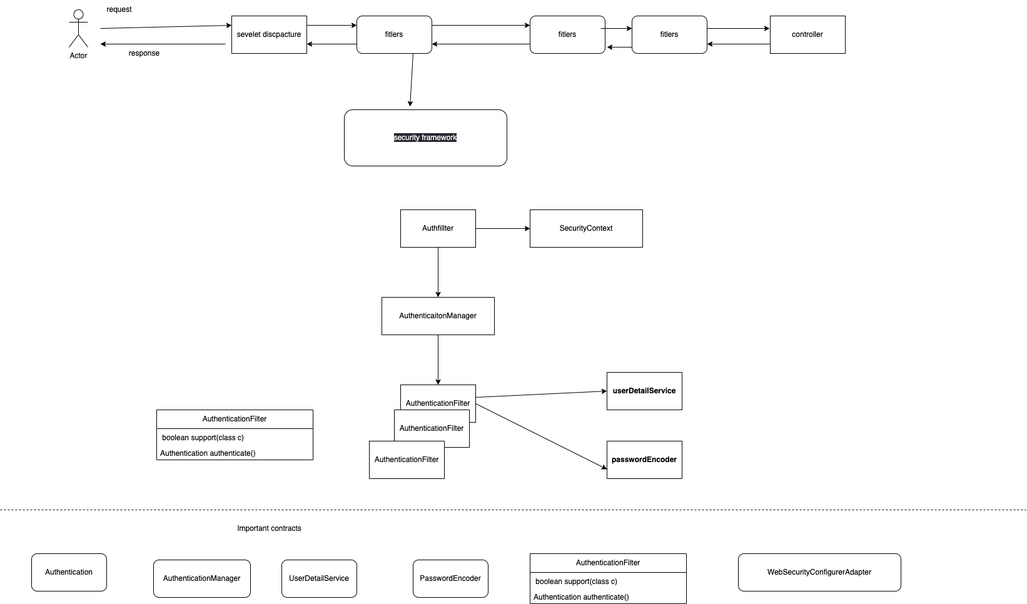
Before: sp_archetecture.png, a diagram exported from draw.io (priyanhsu10/MultiAuthprovider). Source tidied: cells renumbered, new cells last; positions are measured from the earlier drawing's top-left corner, leaving out a move shared by most shapes.
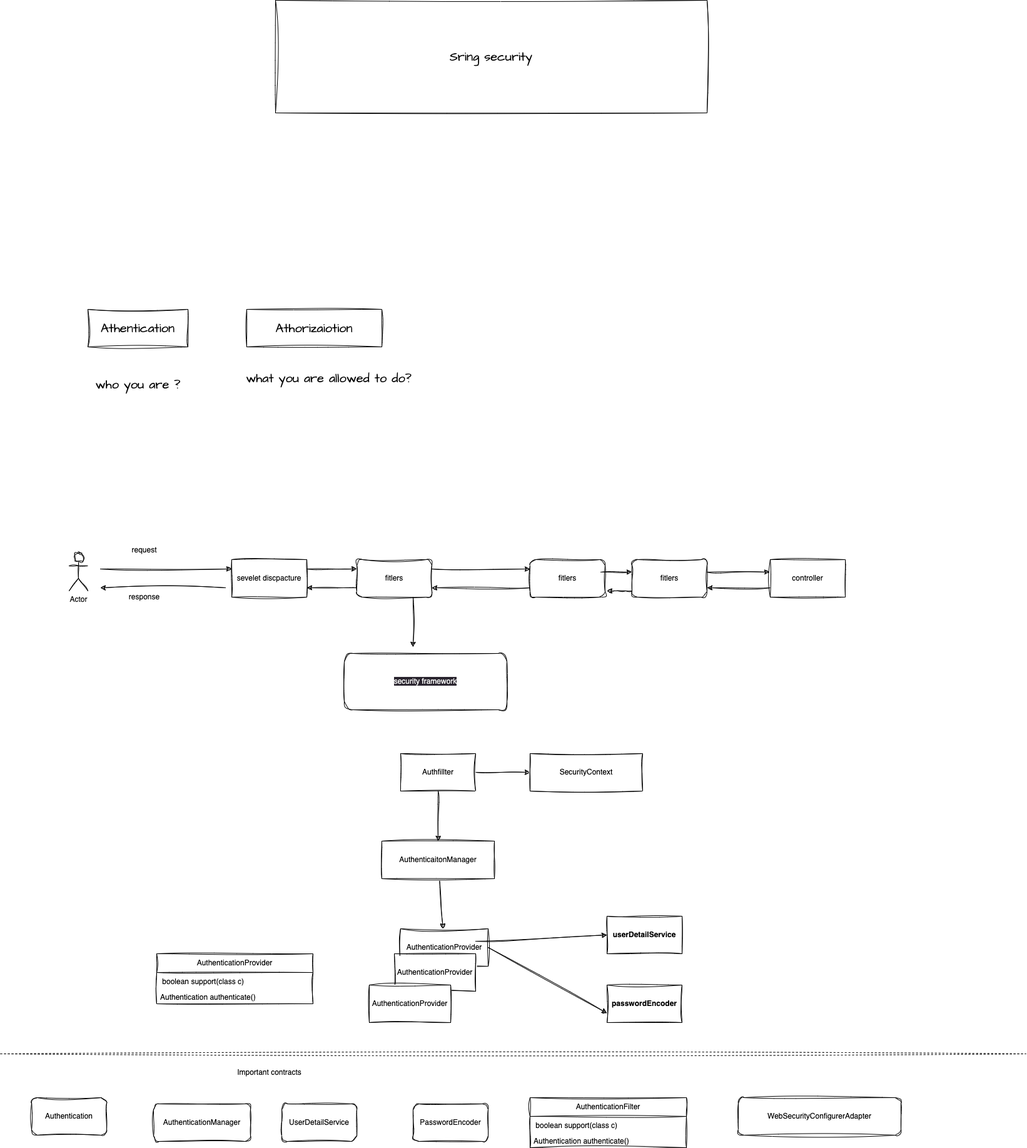
Above is the later version.

Change to the diagram source:
```diff
@@ -1,2 +1,2 @@
-<mxGraphModel>
+<mxGraphModel shadow="1">
   <root>
@@ -4,29 +4,31 @@
     <mxCell id="1" parent="0" />
-    <mxCell id="2" value="Actor" style="shape=umlActor;verticalLabelPosition=bottom;verticalAlign=top;html=1;" parent="1" vertex="1">
+    <mxCell id="2" value="Actor" style="shape=umlActor;verticalLabelPosition=bottom;verticalAlign=top;html=1;sketch=1;curveFitting=1;jiggle=2;" parent="1" vertex="1">
       <mxGeometry x="110" y="15" width="30" height="60" as="geometry" />
     </mxCell>
-    <mxCell id="3" style="endArrow=classic;html=1;entryX=0;entryY=0.25;entryDx=0;entryDy=0;" parent="1" edge="1" target="5">
+    <mxCell id="3" style="endArrow=classic;html=1;entryX=0;entryY=0.25;entryDx=0;entryDy=0;sketch=1;curveFitting=1;jiggle=2;" parent="1" edge="1" target="5">
       <mxGeometry relative="1" as="geometry">
-        <mxPoint x="160" y="45" as="sourcePoint" />
+        <mxPoint x="160" y="40" as="sourcePoint" />
       </mxGeometry>
     </mxCell>
-    <mxCell id="4" value="request" style="text;html=1;align=center;verticalAlign=middle;strokeColor=none;fillColor=none;" parent="1" vertex="1">
-      <mxGeometry x="160" width="60" height="30" as="geometry" />
+    <mxCell id="4" value="request" style="text;html=1;align=center;verticalAlign=middle;strokeColor=none;fillColor=none;sketch=1;curveFitting=1;jiggle=2;" parent="1" vertex="1">
+      <mxGeometry x="200" y="-5" width="60" height="30" as="geometry" />
     </mxCell>
-    <mxCell id="5" value="sevelet discpacture" style="rounded=0;whiteSpace=wrap;html=1;" parent="1" vertex="1">
+    <mxCell id="5" value="sevelet discpacture" style="rounded=0;whiteSpace=wrap;html=1;sketch=1;curveFitting=1;jiggle=2;" parent="1" vertex="1">
       <mxGeometry x="370" y="25" width="120" height="60" as="geometry" />
     </mxCell>
-    <mxCell id="6" style="edgeStyle=none;html=1;exitX=0.75;exitY=1;exitDx=0;exitDy=0;entryX=0.404;entryY=-0.056;entryDx=0;entryDy=0;entryPerimeter=0;" parent="1" edge="1" source="7" target="21">
-      <mxGeometry relative="1" as="geometry" />
+    <mxCell id="6" style="edgeStyle=none;html=1;exitX=0.75;exitY=1;exitDx=0;exitDy=0;sketch=1;curveFitting=1;jiggle=2;" parent="1" edge="1" source="7">
+      <mxGeometry relative="1" as="geometry">
+        <mxPoint x="660" y="165" as="targetPoint" />
+      </mxGeometry>
     </mxCell>
-    <mxCell id="7" value="fitlers" style="rounded=1;whiteSpace=wrap;html=1;" parent="1" vertex="1">
+    <mxCell id="7" value="fitlers" style="rounded=1;whiteSpace=wrap;html=1;sketch=1;curveFitting=1;jiggle=2;" parent="1" vertex="1">
       <mxGeometry x="570" y="25" width="120" height="60" as="geometry" />
     </mxCell>
-    <mxCell id="8" style="endArrow=classic;html=1;entryX=0;entryY=0.25;entryDx=0;entryDy=0;exitX=1;exitY=0.25;exitDx=0;exitDy=0;" parent="1" edge="1" source="5" target="7">
+    <mxCell id="8" style="endArrow=classic;html=1;entryX=0;entryY=0.25;entryDx=0;entryDy=0;exitX=1;exitY=0.25;exitDx=0;exitDy=0;sketch=1;curveFitting=1;jiggle=2;" parent="1" edge="1" source="5" target="7">
       <mxGeometry relative="1" as="geometry" />
     </mxCell>
-    <mxCell id="9" value="fitlers" style="rounded=1;whiteSpace=wrap;html=1;" parent="1" vertex="1">
+    <mxCell id="9" value="fitlers" style="rounded=1;whiteSpace=wrap;html=1;sketch=1;curveFitting=1;jiggle=2;" parent="1" vertex="1">
       <mxGeometry x="847" y="25" width="120" height="60" as="geometry" />
     </mxCell>
-    <mxCell id="10" style="edgeStyle=none;html=1;" parent="1" edge="1">
+    <mxCell id="10" style="edgeStyle=none;html=1;sketch=1;curveFitting=1;jiggle=2;" parent="1" edge="1">
       <mxGeometry relative="1" as="geometry">
@@ -39,9 +41,9 @@
     </mxCell>
-    <mxCell id="11" value="fitlers" style="rounded=1;whiteSpace=wrap;html=1;" parent="1" vertex="1">
+    <mxCell id="11" value="fitlers" style="rounded=1;whiteSpace=wrap;html=1;sketch=1;curveFitting=1;jiggle=2;" parent="1" vertex="1">
       <mxGeometry x="1010" y="25" width="120" height="60" as="geometry" />
     </mxCell>
-    <mxCell id="12" style="endArrow=classic;html=1;entryX=0;entryY=0.25;entryDx=0;entryDy=0;exitX=1;exitY=0.25;exitDx=0;exitDy=0;" parent="1" edge="1" source="7" target="9">
+    <mxCell id="12" style="endArrow=classic;html=1;entryX=0;entryY=0.25;entryDx=0;entryDy=0;exitX=1;exitY=0.25;exitDx=0;exitDy=0;sketch=1;curveFitting=1;jiggle=2;" parent="1" edge="1" source="7" target="9">
       <mxGeometry relative="1" as="geometry" />
     </mxCell>
-    <mxCell id="13" style="endArrow=classic;html=1;" parent="1" edge="1">
+    <mxCell id="13" style="endArrow=classic;html=1;sketch=1;curveFitting=1;jiggle=2;" parent="1" edge="1">
       <mxGeometry relative="1" as="geometry">
@@ -51,6 +53,6 @@
     </mxCell>
-    <mxCell id="14" value="controller" style="rounded=0;whiteSpace=wrap;html=1;" parent="1" vertex="1">
+    <mxCell id="14" value="controller" style="rounded=0;whiteSpace=wrap;html=1;sketch=1;curveFitting=1;jiggle=2;" parent="1" vertex="1">
       <mxGeometry x="1231" y="25" width="120" height="60" as="geometry" />
     </mxCell>
-    <mxCell id="15" style="endArrow=classic;html=1;" parent="1" edge="1">
+    <mxCell id="15" style="endArrow=classic;html=1;sketch=1;curveFitting=1;jiggle=2;" parent="1" edge="1">
       <mxGeometry relative="1" as="geometry">
@@ -60,15 +62,15 @@
     </mxCell>
-    <mxCell id="16" style="endArrow=classic;html=1;entryX=1;entryY=0.75;entryDx=0;entryDy=0;exitX=0;exitY=0.75;exitDx=0;exitDy=0;" parent="1" edge="1" source="14" target="11">
+    <mxCell id="16" style="endArrow=classic;html=1;entryX=1;entryY=0.75;entryDx=0;entryDy=0;exitX=0;exitY=0.75;exitDx=0;exitDy=0;sketch=1;curveFitting=1;jiggle=2;" parent="1" edge="1" source="14" target="11">
       <mxGeometry relative="1" as="geometry" />
     </mxCell>
-    <mxCell id="17" style="endArrow=classic;html=1;exitX=0;exitY=0.75;exitDx=0;exitDy=0;entryX=1;entryY=0.75;entryDx=0;entryDy=0;entryPerimeter=0;" parent="1" edge="1" source="9" target="7">
+    <mxCell id="17" style="endArrow=classic;html=1;exitX=0;exitY=0.75;exitDx=0;exitDy=0;entryX=1;entryY=0.75;entryDx=0;entryDy=0;entryPerimeter=0;sketch=1;curveFitting=1;jiggle=2;" parent="1" edge="1" source="9" target="7">
       <mxGeometry relative="1" as="geometry" />
     </mxCell>
-    <mxCell id="18" style="endArrow=classic;html=1;exitX=0;exitY=0.75;exitDx=0;exitDy=0;entryX=1;entryY=0.75;entryDx=0;entryDy=0;" parent="1" edge="1" source="7" target="5">
+    <mxCell id="18" style="endArrow=classic;html=1;exitX=0;exitY=0.75;exitDx=0;exitDy=0;entryX=1;entryY=0.75;entryDx=0;entryDy=0;sketch=1;curveFitting=1;jiggle=2;" parent="1" edge="1" source="7" target="5">
       <mxGeometry relative="1" as="geometry" />
     </mxCell>
-    <mxCell id="19" value="response" style="text;html=1;align=center;verticalAlign=middle;strokeColor=none;fillColor=none;" parent="1" vertex="1">
+    <mxCell id="19" value="response" style="text;html=1;align=center;verticalAlign=middle;strokeColor=none;fillColor=none;sketch=1;curveFitting=1;jiggle=2;" parent="1" vertex="1">
       <mxGeometry x="195" y="70" width="70" height="30" as="geometry" />
     </mxCell>
-    <mxCell id="20" style="endArrow=classic;html=1;entryX=1;entryY=0.75;entryDx=0;entryDy=0;" parent="1" edge="1">
+    <mxCell id="20" style="endArrow=classic;html=1;entryX=1;entryY=0.75;entryDx=0;entryDy=0;sketch=1;curveFitting=1;jiggle=2;" parent="1" edge="1">
       <mxGeometry relative="1" as="geometry">
@@ -78,36 +80,36 @@
     </mxCell>
-    <mxCell id="21" value="&lt;span style=&quot;color: rgb(240, 240, 240); font-family: Helvetica; font-size: 12px; font-style: normal; font-variant-ligatures: normal; font-variant-caps: normal; font-weight: 400; letter-spacing: normal; orphans: 2; text-align: center; text-indent: 0px; text-transform: none; widows: 2; word-spacing: 0px; -webkit-text-stroke-width: 0px; background-color: rgb(42, 37, 47); text-decoration-thickness: initial; text-decoration-style: initial; text-decoration-color: initial; float: none; display: inline !important;&quot;&gt;security framework&lt;/span&gt;" style="whiteSpace=wrap;html=1;rounded=1;" parent="1" vertex="1">
+    <mxCell id="21" value="&lt;span style=&quot;color: rgb(240, 240, 240); font-family: Helvetica; font-size: 12px; font-style: normal; font-variant-ligatures: normal; font-variant-caps: normal; font-weight: 400; letter-spacing: normal; orphans: 2; text-align: center; text-indent: 0px; text-transform: none; widows: 2; word-spacing: 0px; -webkit-text-stroke-width: 0px; background-color: rgb(42, 37, 47); text-decoration-thickness: initial; text-decoration-style: initial; text-decoration-color: initial; float: none; display: inline !important;&quot;&gt;security framework&lt;/span&gt;" style="whiteSpace=wrap;html=1;rounded=1;sketch=1;curveFitting=1;jiggle=2;" parent="1" vertex="1">
       <mxGeometry x="550" y="175" width="260" height="90" as="geometry" />
     </mxCell>
-    <mxCell id="22" style="edgeStyle=none;html=1;" parent="1" edge="1" source="24" target="26">
+    <mxCell id="22" style="edgeStyle=none;html=1;sketch=1;curveFitting=1;jiggle=2;" parent="1" edge="1" source="24" target="26">
       <mxGeometry relative="1" as="geometry" />
     </mxCell>
-    <mxCell id="23" style="edgeStyle=none;html=1;entryX=0;entryY=0.5;entryDx=0;entryDy=0;" parent="1" edge="1" source="24" target="34">
+    <mxCell id="23" style="edgeStyle=none;html=1;entryX=0;entryY=0.5;entryDx=0;entryDy=0;sketch=1;curveFitting=1;jiggle=2;" parent="1" edge="1" source="24" target="34">
       <mxGeometry relative="1" as="geometry" />
     </mxCell>
-    <mxCell id="24" value="Authfillter" style="rounded=0;whiteSpace=wrap;html=1;" parent="1" vertex="1">
+    <mxCell id="24" value="Authfillter" style="rounded=0;whiteSpace=wrap;html=1;sketch=1;curveFitting=1;jiggle=2;" parent="1" vertex="1">
       <mxGeometry x="640" y="335" width="120" height="60" as="geometry" />
     </mxCell>
-    <mxCell id="25" style="edgeStyle=none;html=1;" parent="1" edge="1" source="26" target="27">
+    <mxCell id="25" style="edgeStyle=none;html=1;sketch=1;curveFitting=1;jiggle=2;" parent="1" edge="1" source="26" target="27">
       <mxGeometry relative="1" as="geometry" />
     </mxCell>
-    <mxCell id="26" value="AuthenticaitonManager" style="whiteSpace=wrap;html=1;rounded=0;" parent="1" vertex="1">
+    <mxCell id="26" value="AuthenticaitonManager" style="whiteSpace=wrap;html=1;rounded=0;sketch=1;curveFitting=1;jiggle=2;" parent="1" vertex="1">
       <mxGeometry x="610" y="475" width="180" height="60" as="geometry" />
     </mxCell>
-    <mxCell id="27" value="AuthenticationFilter" style="whiteSpace=wrap;html=1;rounded=0;" parent="1" vertex="1">
-      <mxGeometry x="640" y="615" width="120" height="60" as="geometry" />
+    <mxCell id="27" value="AuthenticationProvider" style="whiteSpace=wrap;html=1;rounded=0;sketch=1;curveFitting=1;jiggle=2;" parent="1" vertex="1">
+      <mxGeometry x="640" y="615" width="140" height="60" as="geometry" />
     </mxCell>
-    <mxCell id="28" value="&lt;span style=&quot;font-weight: 400;&quot;&gt;AuthenticationFilter&lt;/span&gt;" style="whiteSpace=wrap;html=1;rounded=0;fontStyle=1;" parent="1" vertex="1">
-      <mxGeometry x="630" y="655" width="120" height="60" as="geometry" />
+    <mxCell id="28" value="&lt;span style=&quot;font-weight: 400;&quot;&gt;AuthenticationProvider&lt;/span&gt;" style="whiteSpace=wrap;html=1;rounded=0;fontStyle=1;sketch=1;curveFitting=1;jiggle=2;" parent="1" vertex="1">
+      <mxGeometry x="630" y="655" width="130" height="60" as="geometry" />
     </mxCell>
-    <mxCell id="29" value="&lt;span style=&quot;font-weight: 400;&quot;&gt;AuthenticationFilter&lt;/span&gt;" style="whiteSpace=wrap;html=1;rounded=0;fontStyle=1;" parent="1" vertex="1">
-      <mxGeometry x="590" y="705" width="120" height="60" as="geometry" />
+    <mxCell id="29" value="&lt;span style=&quot;font-weight: 400;&quot;&gt;AuthenticationProvider&lt;/span&gt;" style="whiteSpace=wrap;html=1;rounded=0;fontStyle=1;sketch=1;curveFitting=1;jiggle=2;" parent="1" vertex="1">
+      <mxGeometry x="590" y="705" width="130" height="60" as="geometry" />
     </mxCell>
-    <mxCell id="30" value="userDetailService" style="whiteSpace=wrap;html=1;rounded=0;fontStyle=1;" parent="1" vertex="1">
+    <mxCell id="30" value="userDetailService" style="whiteSpace=wrap;html=1;rounded=0;fontStyle=1;sketch=1;curveFitting=1;jiggle=2;" parent="1" vertex="1">
       <mxGeometry x="970" y="595" width="120" height="60" as="geometry" />
     </mxCell>
-    <mxCell id="31" value="passwordEncoder" style="whiteSpace=wrap;html=1;rounded=0;fontStyle=1;" parent="1" vertex="1">
+    <mxCell id="31" value="passwordEncoder" style="whiteSpace=wrap;html=1;rounded=0;fontStyle=1;sketch=1;curveFitting=1;jiggle=2;" parent="1" vertex="1">
       <mxGeometry x="970" y="705" width="120" height="60" as="geometry" />
     </mxCell>
-    <mxCell id="32" style="endArrow=classic;html=1;entryX=0;entryY=0.5;entryDx=0;entryDy=0;" parent="1" edge="1" target="30">
+    <mxCell id="32" style="endArrow=classic;html=1;entryX=0;entryY=0.5;entryDx=0;entryDy=0;sketch=1;curveFitting=1;jiggle=2;" parent="1" edge="1" target="30">
       <mxGeometry relative="1" as="geometry">
@@ -116,18 +118,18 @@
     </mxCell>
-    <mxCell id="33" style="endArrow=classic;html=1;entryX=0;entryY=0.75;entryDx=0;entryDy=0;exitX=1;exitY=0.5;exitDx=0;exitDy=0;" parent="1" edge="1" source="27" target="31">
+    <mxCell id="33" style="endArrow=classic;html=1;entryX=0;entryY=0.75;entryDx=0;entryDy=0;exitX=1;exitY=0.5;exitDx=0;exitDy=0;sketch=1;curveFitting=1;jiggle=2;" parent="1" edge="1" source="27" target="31">
       <mxGeometry relative="1" as="geometry" />
     </mxCell>
-    <mxCell id="34" value="SecurityContext" style="whiteSpace=wrap;html=1;rounded=0;" parent="1" vertex="1">
+    <mxCell id="34" value="SecurityContext" style="whiteSpace=wrap;html=1;rounded=0;sketch=1;curveFitting=1;jiggle=2;" parent="1" vertex="1">
       <mxGeometry x="847" y="335" width="180" height="60" as="geometry" />
     </mxCell>
-    <mxCell id="35" value="AuthenticationFilter" style="swimlane;fontStyle=0;horizontal=1;startSize=30;whiteSpace=wrap;html=1;" parent="1" vertex="1">
+    <mxCell id="35" value="AuthenticationProvider" style="swimlane;fontStyle=0;horizontal=1;startSize=30;whiteSpace=wrap;html=1;sketch=1;curveFitting=1;jiggle=2;" parent="1" vertex="1">
       <mxGeometry x="250" y="655" width="250" height="80" as="geometry" />
     </mxCell>
-    <mxCell id="36" value="&amp;nbsp;boolean support(class c)" style="text;strokeColor=none;fillColor=none;align=left;verticalAlign=middle;spacingLeft=4;spacingRight=4;overflow=hidden;whiteSpace=wrap;html=1;" parent="35" vertex="1">
+    <mxCell id="36" value="&amp;nbsp;boolean support(class c)" style="text;strokeColor=none;fillColor=none;align=left;verticalAlign=middle;spacingLeft=4;spacingRight=4;overflow=hidden;whiteSpace=wrap;html=1;sketch=1;curveFitting=1;jiggle=2;" parent="35" vertex="1">
       <mxGeometry y="30" width="250" height="30" as="geometry" />
     </mxCell>
-    <mxCell id="37" value="Authentication authenticate()" style="text;strokeColor=none;fillColor=none;align=left;verticalAlign=middle;spacingLeft=4;spacingRight=4;overflow=hidden;whiteSpace=wrap;html=1;" parent="35" vertex="1">
+    <mxCell id="37" value="Authentication authenticate()" style="text;strokeColor=none;fillColor=none;align=left;verticalAlign=middle;spacingLeft=4;spacingRight=4;overflow=hidden;whiteSpace=wrap;html=1;sketch=1;curveFitting=1;jiggle=2;" parent="35" vertex="1">
       <mxGeometry y="60" width="250" height="20" as="geometry" />
     </mxCell>
-    <mxCell id="38" style="endArrow=none;dashed=1;html=1;" parent="1" edge="1">
+    <mxCell id="38" style="endArrow=none;dashed=1;html=1;sketch=1;curveFitting=1;jiggle=2;" parent="1" edge="1">
       <mxGeometry relative="1" as="geometry">
@@ -137,29 +139,44 @@
     </mxCell>
-    <mxCell id="39" value="Important contracts" style="text;html=1;align=center;verticalAlign=middle;strokeColor=none;fillColor=none;" parent="1" vertex="1">
+    <mxCell id="39" value="Important contracts" style="text;html=1;align=center;verticalAlign=middle;strokeColor=none;fillColor=none;sketch=1;curveFitting=1;jiggle=2;" parent="1" vertex="1">
       <mxGeometry x="365" y="830" width="130" height="30" as="geometry" />
     </mxCell>
-    <mxCell id="40" value="Authentication" style="rounded=1;whiteSpace=wrap;html=1;" parent="1" vertex="1">
+    <mxCell id="40" value="Authentication" style="rounded=1;whiteSpace=wrap;html=1;sketch=1;curveFitting=1;jiggle=2;" parent="1" vertex="1">
       <mxGeometry x="50" y="885" width="120" height="60" as="geometry" />
     </mxCell>
-    <mxCell id="41" value="UserDetailService" style="rounded=1;whiteSpace=wrap;html=1;" parent="1" vertex="1">
+    <mxCell id="41" value="UserDetailService" style="rounded=1;whiteSpace=wrap;html=1;sketch=1;curveFitting=1;jiggle=2;" parent="1" vertex="1">
       <mxGeometry x="450" y="895" width="120" height="60" as="geometry" />
     </mxCell>
-    <mxCell id="42" value="PasswordEncoder" style="rounded=1;whiteSpace=wrap;html=1;" parent="1" vertex="1">
+    <mxCell id="42" value="PasswordEncoder" style="rounded=1;whiteSpace=wrap;html=1;sketch=1;curveFitting=1;jiggle=2;" parent="1" vertex="1">
       <mxGeometry x="660" y="895" width="120" height="60" as="geometry" />
     </mxCell>
-    <mxCell id="43" value="AuthenticationFilter" style="swimlane;fontStyle=0;horizontal=1;startSize=30;whiteSpace=wrap;html=1;" parent="1" vertex="1">
+    <mxCell id="43" value="AuthenticationFilter" style="swimlane;fontStyle=0;horizontal=1;startSize=30;whiteSpace=wrap;html=1;sketch=1;curveFitting=1;jiggle=2;" parent="1" vertex="1">
       <mxGeometry x="847" y="885" width="250" height="80" as="geometry" />
     </mxCell>
-    <mxCell id="44" value="&amp;nbsp;boolean support(class c)" style="text;strokeColor=none;fillColor=none;align=left;verticalAlign=middle;spacingLeft=4;spacingRight=4;overflow=hidden;whiteSpace=wrap;html=1;" parent="43" vertex="1">
+    <mxCell id="44" value="&amp;nbsp;boolean support(class c)" style="text;strokeColor=none;fillColor=none;align=left;verticalAlign=middle;spacingLeft=4;spacingRight=4;overflow=hidden;whiteSpace=wrap;html=1;sketch=1;curveFitting=1;jiggle=2;" parent="43" vertex="1">
       <mxGeometry y="30" width="250" height="30" as="geometry" />
     </mxCell>
-    <mxCell id="45" value="Authentication authenticate()" style="text;strokeColor=none;fillColor=none;align=left;verticalAlign=middle;spacingLeft=4;spacingRight=4;overflow=hidden;whiteSpace=wrap;html=1;" parent="43" vertex="1">
+    <mxCell id="45" value="Authentication authenticate()" style="text;strokeColor=none;fillColor=none;align=left;verticalAlign=middle;spacingLeft=4;spacingRight=4;overflow=hidden;whiteSpace=wrap;html=1;sketch=1;curveFitting=1;jiggle=2;" parent="43" vertex="1">
       <mxGeometry y="60" width="250" height="20" as="geometry" />
     </mxCell>
-    <mxCell id="46" value="WebSecurityConfigurerAdapter" style="rounded=1;whiteSpace=wrap;html=1;" parent="1" vertex="1">
+    <mxCell id="46" value="WebSecurityConfigurerAdapter" style="rounded=1;whiteSpace=wrap;html=1;sketch=1;curveFitting=1;jiggle=2;" parent="1" vertex="1">
       <mxGeometry x="1180" y="885" width="260" height="60" as="geometry" />
     </mxCell>
-    <mxCell id="47" value="AuthenticationManager" style="rounded=1;whiteSpace=wrap;html=1;" parent="1" vertex="1">
+    <mxCell id="47" value="AuthenticationManager" style="rounded=1;whiteSpace=wrap;html=1;sketch=1;curveFitting=1;jiggle=2;" parent="1" vertex="1">
       <mxGeometry x="245" y="895" width="155" height="60" as="geometry" />
     </mxCell>
+    <mxCell id="48" value="Athentication" style="rounded=0;whiteSpace=wrap;html=1;sketch=1;hachureGap=4;jiggle=2;curveFitting=1;fontFamily=Architects Daughter;fontSource=https%3A%2F%2Ffonts.googleapis.com%2Fcss%3Ffamily%3DArchitects%2BDaughter;fontSize=20;" parent="1" vertex="1">
+      <mxGeometry x="140" y="-375" width="160" height="60" as="geometry" />
+    </mxCell>
+    <mxCell id="49" value="Athorizaiotion" style="rounded=0;whiteSpace=wrap;html=1;sketch=1;hachureGap=4;jiggle=2;curveFitting=1;fontFamily=Architects Daughter;fontSource=https%3A%2F%2Ffonts.googleapis.com%2Fcss%3Ffamily%3DArchitects%2BDaughter;fontSize=20;" parent="1" vertex="1">
+      <mxGeometry x="394" y="-375" width="216" height="60" as="geometry" />
+    </mxCell>
+    <mxCell id="50" value="who you are ?" style="text;html=1;align=center;verticalAlign=middle;strokeColor=none;fillColor=none;fontSize=20;fontFamily=Architects Daughter;sketch=1;hachureGap=4;jiggle=2;curveFitting=1;fontSource=https%3A%2F%2Ffonts.googleapis.com%2Fcss%3Ffamily%3DArchitects%2BDaughter;" parent="1" vertex="1">
+      <mxGeometry x="140" y="-275" width="160" height="40" as="geometry" />
+    </mxCell>
+    <mxCell id="51" value="what you are allowed to do?" style="text;html=1;align=center;verticalAlign=middle;strokeColor=none;fillColor=none;fontSize=20;fontFamily=Architects Daughter;sketch=1;hachureGap=4;jiggle=2;curveFitting=1;fontSource=https%3A%2F%2Ffonts.googleapis.com%2Fcss%3Ffamily%3DArchitects%2BDaughter;" parent="1" vertex="1">
+      <mxGeometry x="380" y="-285" width="290" height="40" as="geometry" />
+    </mxCell>
+    <mxCell id="52" value="Sring security" style="rounded=0;whiteSpace=wrap;html=1;sketch=1;hachureGap=4;jiggle=2;curveFitting=1;fontFamily=Architects Daughter;fontSource=https%3A%2F%2Ffonts.googleapis.com%2Fcss%3Ffamily%3DArchitects%2BDaughter;fontSize=20;" parent="1" vertex="1">
+      <mxGeometry x="440" y="-869" width="690" height="180" as="geometry" />
+    </mxCell>
   </root>
```
